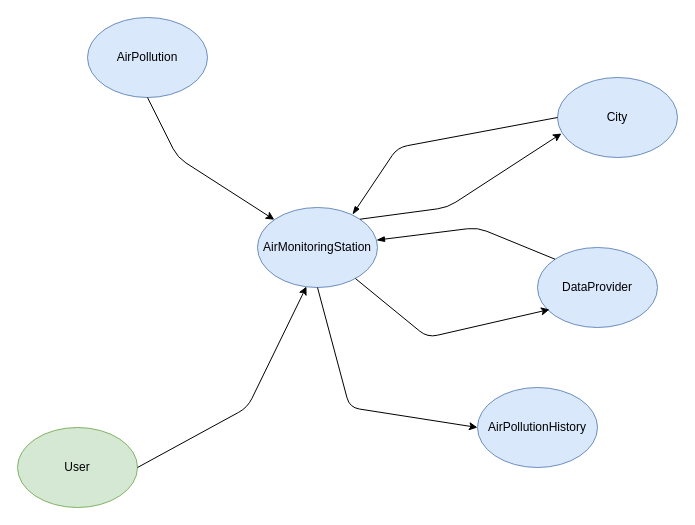
Above: docs/Resources relationships(draft).drawio in AirQualityControl/server (draw.io), before the change. Source tidied: cells renumbered, new cells numbered last; positions are measured from the earlier drawing's top-left corner, leaving out a move shared by most shapes. Both pictures are drawn from the tidied source at 100%, with x=0, y=0 at pixel (17, 17).
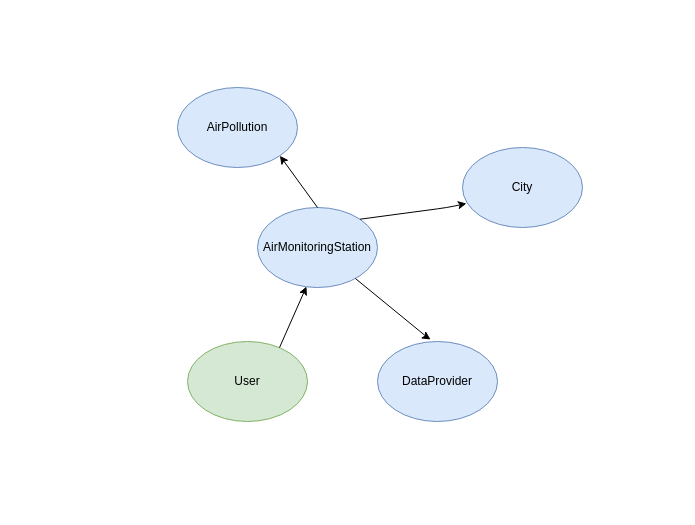
After the change.

Commit message (it also covers changes not shown here):
Addjusted structure added diagram

Unchanged cells that the change refers to:
```xml
<mxCell id="2" style="ellipse;whiteSpace=wrap;html=1;fillColor=#dae8fc;strokeColor=#6c8ebf;" parent="1" vertex="1">
  <mxGeometry x="240" y="190" width="120" height="80" as="geometry" />
</mxCell>
```

Change to the diagram source:
```diff
@@
     <mxCell id="4" value="City" style="ellipse;whiteSpace=wrap;html=1;fillColor=#dae8fc;strokeColor=#6c8ebf;" parent="1" vertex="1">
-      <mxGeometry x="540" y="60" width="120" height="80" as="geometry" />
+      <mxGeometry x="445" y="130" width="120" height="80" as="geometry" />
     </mxCell>
     <mxCell id="5" value="DataProvider" style="ellipse;whiteSpace=wrap;html=1;fillColor=#dae8fc;strokeColor=#6c8ebf;" parent="1" vertex="1">
-      <mxGeometry x="520" y="230" width="120" height="80" as="geometry" />
+      <mxGeometry x="360" y="324" width="120" height="80" as="geometry" />
     </mxCell>
-    <mxCell id="6" style="endArrow=none;html=1;entryX=0;entryY=0.5;entryDx=0;entryDy=0;exitX=0.792;exitY=0.088;exitDx=0;exitDy=0;exitPerimeter=0;startArrow=blockThin;startFill=1;endFill=0;" parent="1" edge="1" source="2" target="4">
-      <mxGeometry relative="1" as="geometry">
-        <Array as="points">
-          <mxPoint x="380" y="130" />
-        </Array>
-      </mxGeometry>
-    </mxCell>
@@
-    <mxCell id="8" style="endArrow=classic;html=1;entryX=0.1;entryY=0.775;entryDx=0;entryDy=0;entryPerimeter=0;" parent="1" edge="1" source="2" target="5">
+    <mxCell id="8" style="endArrow=classic;html=1;entryX=0.442;entryY=-0.025;entryDx=0;entryDy=0;entryPerimeter=0;" parent="1" edge="1" source="2" target="5">
       <mxGeometry relative="1" as="geometry">
         <Array as="points">
           <mxPoint x="410" y="320" />
         </Array>
       </mxGeometry>
     </mxCell>
-    <mxCell id="9" style="endArrow=none;html=1;entryX=0;entryY=0;entryDx=0;entryDy=0;startArrow=blockThin;startFill=1;endFill=0;" parent="1" edge="1" source="2" target="5">
-      <mxGeometry relative="1" as="geometry">
-        <Array as="points">
-          <mxPoint x="460" y="210" />
-        </Array>
-      </mxGeometry>
-    </mxCell>
-    <mxCell id="10" value="AirPollution" style="ellipse;whiteSpace=wrap;html=1;fillColor=#dae8fc;strokeColor=#6c8ebf;" parent="1" vertex="1">
-      <mxGeometry x="70" width="120" height="80" as="geometry" />
-    </mxCell>
-    <mxCell id="11" style="endArrow=classic;html=1;exitX=0.5;exitY=1;exitDx=0;exitDy=0;" parent="1" edge="1" source="10" target="2">
-      <mxGeometry relative="1" as="geometry">
-        <Array as="points">
-          <mxPoint x="160" y="140" />
-        </Array>
-      </mxGeometry>
-    </mxCell>
-    <mxCell id="12" value="AirPollutionHistory" style="ellipse;whiteSpace=wrap;html=1;fillColor=#dae8fc;strokeColor=#6c8ebf;" parent="1" vertex="1">
-      <mxGeometry x="460" y="370" width="120" height="80" as="geometry" />
-    </mxCell>
-    <mxCell id="13" style="endArrow=classic;html=1;entryX=0;entryY=0.5;entryDx=0;entryDy=0;exitX=0.5;exitY=1;exitDx=0;exitDy=0;" parent="1" edge="1" source="2" target="12">
-      <mxGeometry relative="1" as="geometry">
-        <Array as="points">
-          <mxPoint x="332.1" y="390" />
-        </Array>
-      </mxGeometry>
-    </mxCell>
     <mxCell id="14" value="User" style="ellipse;whiteSpace=wrap;html=1;fillColor=#d5e8d4;strokeColor=#82b366;" parent="1" vertex="1">
-      <mxGeometry y="410" width="120" height="80" as="geometry" />
+      <mxGeometry x="170" y="324" width="120" height="80" as="geometry" />
     </mxCell>
-    <mxCell id="15" style="endArrow=classic;html=1;entryX=0.408;entryY=0.988;entryDx=0;entryDy=0;entryPerimeter=0;exitX=1;exitY=0.5;exitDx=0;exitDy=0;" parent="1" edge="1" source="14" target="2">
-      <mxGeometry relative="1" as="geometry">
-        <Array as="points">
-          <mxPoint x="230" y="390" />
-        </Array>
-      </mxGeometry>
+    <mxCell id="15" style="endArrow=classic;html=1;entryX=0.408;entryY=0.988;entryDx=0;entryDy=0;entryPerimeter=0;exitX=0.767;exitY=0.075;exitDx=0;exitDy=0;exitPerimeter=0;" parent="1" edge="1" source="14" target="2">
+      <mxGeometry relative="1" as="geometry" />
     </mxCell>
+    <mxCell id="10" value="AirPollution" style="ellipse;whiteSpace=wrap;html=1;fillColor=#dae8fc;strokeColor=#6c8ebf;" parent="1" vertex="1">
+      <mxGeometry x="160" y="70" width="120" height="80" as="geometry" />
+    </mxCell>
+    <mxCell id="16" style="endArrow=classic;html=1;exitX=0.5;exitY=0;exitDx=0;exitDy=0;entryX=1;entryY=1;entryDx=0;entryDy=0;" parent="1" edge="1" source="2" target="10">
+      <mxGeometry relative="1" as="geometry" />
+    </mxCell>
```
